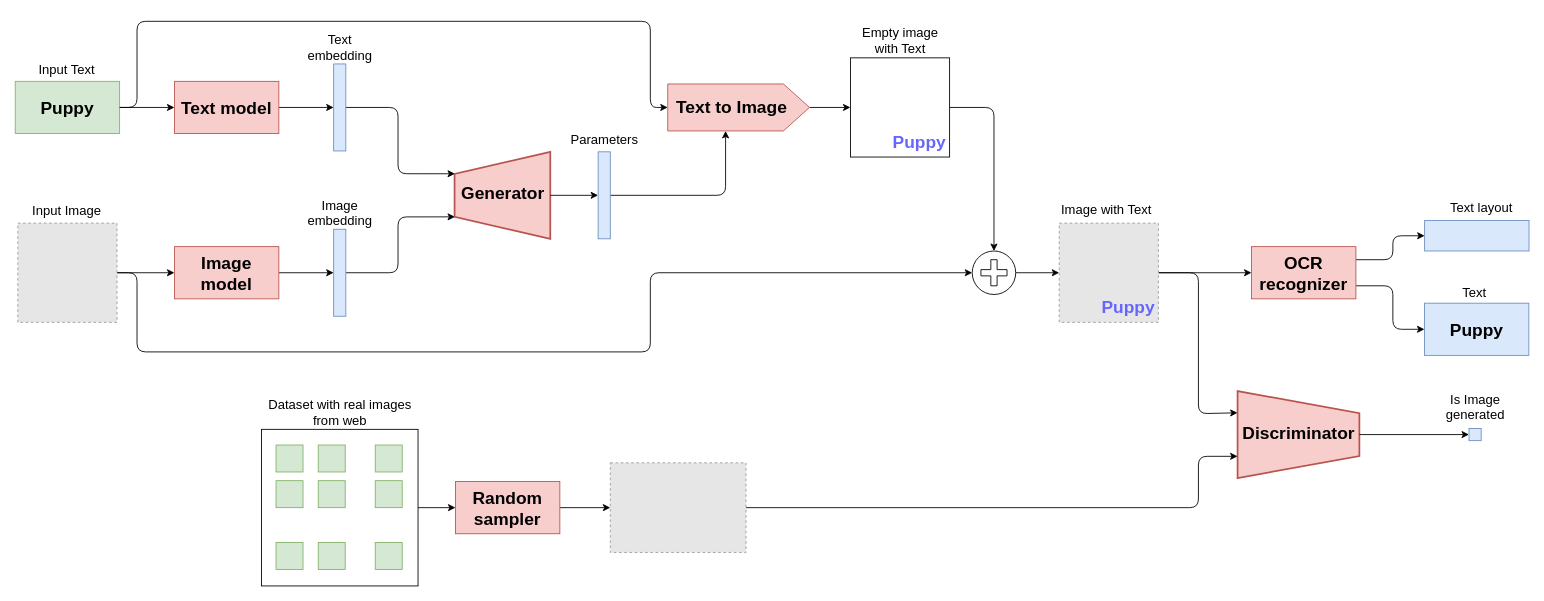
Above: docs/architecture.drawio in GrigoryBartosh/hse07_dl_ocr (draw.io), before the change. Source tidied: cells renumbered, new cells numbered last; positions are measured from the earlier drawing's top-left corner, leaving out a move shared by most shapes. Both pictures are drawn from the tidied source at 87%, with x=0, y=0 at pixel (15, 21). Pictures stored in the file or linked from it are replaced by grey dashed boxes.
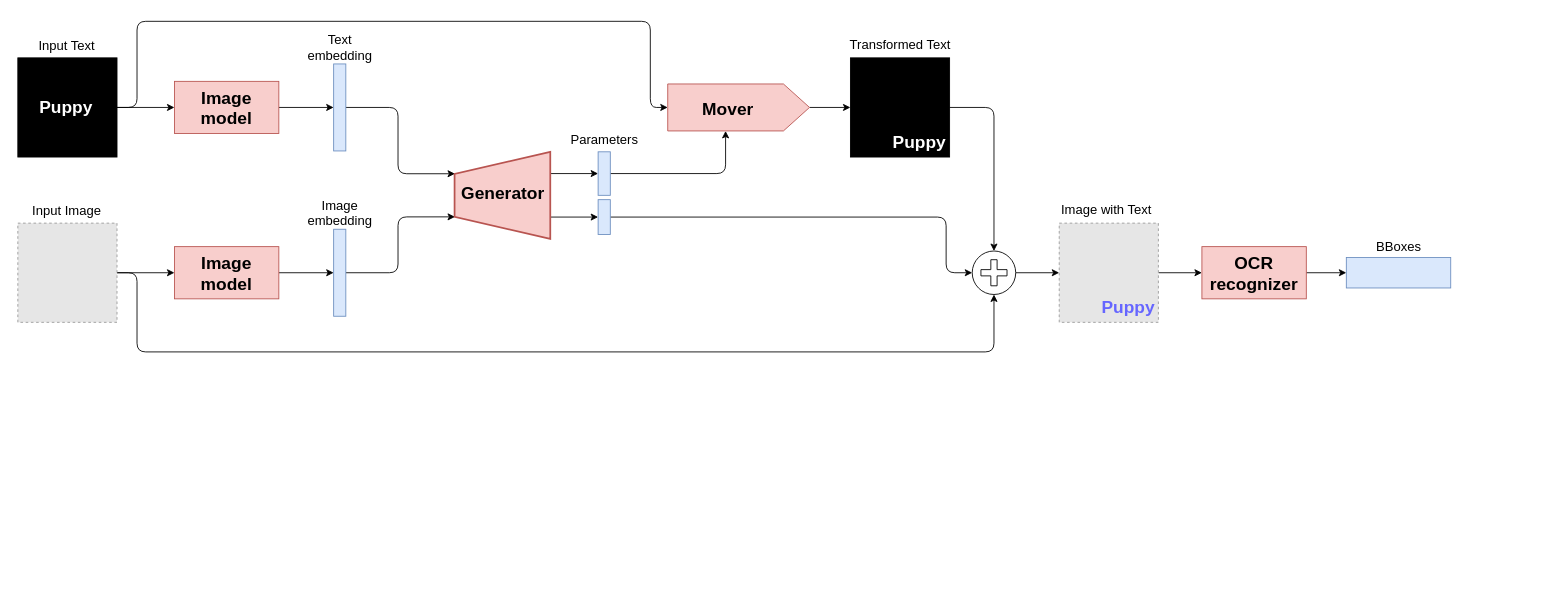
The same diagram, later.

Unchanged cells that the change refers to:
```xml
<mxCell id="6" style="fillColor=#E6E6E6;strokeColor=#999999;dashed=1;verticalLabelPosition=bottom;labelBackgroundColor=#ffffff;verticalAlign=top;" parent="1" vertex="1">
  <mxGeometry x="3" y="232" width="114" height="114" as="geometry" />
</mxCell>
<mxCell id="15" style="verticalLabelPosition=bottom;verticalAlign=top;html=1;strokeWidth=2;shape=trapezoid;perimeter=trapezoidPerimeter;whiteSpace=wrap;size=0.25333333333333335;arcSize=10;flipV=1;rotation=90;fillColor=#f8cecc;strokeColor=#b85450;" parent="1" vertex="1">
  <mxGeometry x="510" y="145" width="100" height="110" as="geometry" />
</mxCell>
<mxCell id="25" style="html=1;shadow=0;dashed=0;align=center;verticalAlign=middle;shape=mxgraph.arrows2.arrow;dy=0;dx=30;notch=0;fillColor=#f8cecc;strokeColor=#b85450;" parent="1" vertex="1">
  <mxGeometry x="750" y="72" width="163" height="54" as="geometry" />
</mxCell>
<mxCell id="29" style="fillColor=#E6E6E6;strokeColor=#999999;dashed=1;verticalLabelPosition=bottom;labelBackgroundColor=#ffffff;verticalAlign=top;" parent="1" vertex="1">
  <mxGeometry x="1200" y="232" width="114" height="114" as="geometry" />
</mxCell>
<mxCell id="34" style="shape=mxgraph.bpmn.shape;html=1;verticalLabelPosition=bottom;labelBackgroundColor=#ffffff;verticalAlign=top;align=center;perimeter=ellipsePerimeter;outlineConnect=0;outline=standard;symbol=parallelMultiple;" parent="1" vertex="1">
  <mxGeometry x="1100" y="264" width="50" height="50" as="geometry" />
</mxCell>
```

Diff of the diagram source:
```diff
@@
-    <mxCell id="2" style="edgeStyle=segmentEdgeStyle;jettySize=auto;html=1;exitX=1;exitY=0.5;exitDx=0;exitDy=0;entryX=0;entryY=0.5;entryDx=0;entryDy=0;entryPerimeter=0;" parent="1" edge="1" source="3" target="25">
-      <mxGeometry relative="1" as="geometry">
-        <Array as="points">
-          <mxPoint x="140" y="99" />
-          <mxPoint x="140" />
-          <mxPoint x="730" />
-          <mxPoint x="730" y="99" />
-        </Array>
-      </mxGeometry>
-    </mxCell>
-    <mxCell id="3" value="&lt;b&gt;&lt;font style=&quot;font-size: 20px&quot;&gt;Puppy&lt;/font&gt;&lt;/b&gt;" style="rounded=0;whiteSpace=wrap;html=1;fillColor=#d5e8d4;strokeColor=#82b366;" parent="1" vertex="1">
-      <mxGeometry y="69" width="120" height="60" as="geometry" />
-    </mxCell>
@@
-    <mxCell id="5" style="edgeStyle=segmentEdgeStyle;jettySize=auto;html=1;exitX=1;exitY=0.5;exitDx=0;exitDy=0;entryX=0;entryY=0.5;entryDx=0;entryDy=0;" parent="1" edge="1" source="6" target="34">
+    <mxCell id="5" style="edgeStyle=segmentEdgeStyle;jettySize=auto;html=1;exitX=1;exitY=0.5;exitDx=0;exitDy=0;entryX=0.5;entryY=1;entryDx=0;entryDy=0;" parent="1" edge="1" source="6" target="34">
       <mxGeometry relative="1" as="geometry">
         <Array as="points">
           <mxPoint x="140" y="289" />
           <mxPoint x="140" y="380" />
-          <mxPoint x="730" y="380" />
-          <mxPoint x="730" y="289" />
+          <mxPoint x="1125" y="380" />
         </Array>
       </mxGeometry>
     </mxCell>
@@
-    <mxCell id="8" value="&lt;font style=&quot;font-size: 20px&quot;&gt;&lt;b&gt;Text model&lt;/b&gt;&lt;/font&gt;" style="rounded=0;whiteSpace=wrap;html=1;fillColor=#f8cecc;strokeColor=#b85450;" parent="1" vertex="1">
+    <mxCell id="8" value="&lt;b&gt;&lt;font style=&quot;font-size: 20px&quot;&gt;Image model&lt;/font&gt;&lt;/b&gt;" style="rounded=0;whiteSpace=wrap;html=1;fillColor=#f8cecc;strokeColor=#b85450;" parent="1" vertex="1">
       <mxGeometry x="183" y="69" width="120" height="60" as="geometry" />
     </mxCell>
@@
+    <mxCell id="17" style="edgeStyle=segmentEdgeStyle;jettySize=auto;html=1;exitX=0.25;exitY=0;exitDx=0;exitDy=0;entryX=0;entryY=0.5;entryDx=0;entryDy=0;" parent="1" edge="1" source="15" target="19">
+      <mxGeometry relative="1" as="geometry" />
+    </mxCell>
+    <mxCell id="68" style="edgeStyle=segmentEdgeStyle;jettySize=auto;html=1;exitX=0.75;exitY=0;exitDx=0;exitDy=0;entryX=0;entryY=0.5;entryDx=0;entryDy=0;" parent="1" edge="1" source="15" target="74">
+      <mxGeometry relative="1" as="geometry" />
+    </mxCell>
@@
-    <mxCell id="17" style="edgeStyle=segmentEdgeStyle;jettySize=auto;html=1;exitX=0.5;exitY=0;exitDx=0;exitDy=0;entryX=0;entryY=0.5;entryDx=0;entryDy=0;" parent="1" edge="1" source="15" target="19">
-      <mxGeometry relative="1" as="geometry" />
-    </mxCell>
@@
     <mxCell id="19" style="rounded=0;whiteSpace=wrap;html=1;fillColor=#dae8fc;strokeColor=#6c8ebf;" parent="1" vertex="1">
-      <mxGeometry x="670" y="150" width="14" height="100" as="geometry" />
+      <mxGeometry x="670" y="150" width="14" height="50" as="geometry" />
     </mxCell>
@@
-    <mxCell id="23" style="edgeStyle=segmentEdgeStyle;html=1;exitX=1;exitY=0.5;exitDx=0;exitDy=0;entryX=0;entryY=0.5;entryDx=0;entryDy=0;" parent="1" edge="1" source="3" target="8">
-      <mxGeometry relative="1" as="geometry" />
-    </mxCell>
@@
-    <mxCell id="26" value="&lt;b&gt;&lt;font style=&quot;font-size: 20px&quot;&gt;Text to Image&lt;/font&gt;&lt;/b&gt;" style="text;html=1;align=left;verticalAlign=top;spacingTop=-4;" parent="1" vertex="1">
-      <mxGeometry x="757.5" y="84" width="140" height="20" as="geometry" />
+    <mxCell id="26" value="&lt;b&gt;&lt;font style=&quot;font-size: 20px&quot;&gt;Mover&lt;/font&gt;&lt;/b&gt;" style="text;html=1;align=left;verticalAlign=top;spacingTop=-4;" parent="1" vertex="1">
+      <mxGeometry x="788" y="86" width="70" height="20" as="geometry" />
     </mxCell>
-    <mxCell id="27" style="edgeStyle=segmentEdgeStyle;jettySize=auto;html=1;exitX=1;exitY=0.5;exitDx=0;exitDy=0;entryX=0.75;entryY=0;entryDx=0;entryDy=0;" parent="1" edge="1" source="29" target="36">
-      <mxGeometry relative="1" as="geometry">
-        <Array as="points">
-          <mxPoint x="1360" y="289" />
-          <mxPoint x="1360" y="451" />
-        </Array>
-      </mxGeometry>
-    </mxCell>
@@
-    <mxCell id="31" style="rounded=0;whiteSpace=wrap;html=1;" parent="1" vertex="1">
+    <mxCell id="31" style="rounded=0;whiteSpace=wrap;html=1;fillColor=#000000;" parent="1" vertex="1">
       <mxGeometry x="960" y="42" width="114" height="114" as="geometry" />
     </mxCell>
-    <mxCell id="32" value="&lt;font size=&quot;1&quot; color=&quot;#6666ff&quot;&gt;&lt;b style=&quot;font-size: 20px&quot;&gt;Puppy&lt;/b&gt;&lt;/font&gt;" style="text;html=1;align=left;verticalAlign=top;spacingTop=-4;" parent="1" vertex="1">
+    <mxCell id="32" value="&lt;font size=&quot;1&quot; color=&quot;#ffffff&quot;&gt;&lt;b style=&quot;font-size: 20px&quot;&gt;Puppy&lt;/b&gt;&lt;/font&gt;" style="text;html=1;align=left;verticalAlign=top;spacingTop=-4;" parent="1" vertex="1">
       <mxGeometry x="1007" y="124" width="80" height="20" as="geometry" />
     </mxCell>
@@
-    <mxCell id="36" style="verticalLabelPosition=bottom;verticalAlign=top;html=1;strokeWidth=2;shape=trapezoid;perimeter=trapezoidPerimeter;whiteSpace=wrap;size=0.25333333333333335;arcSize=10;flipV=1;rotation=-90;fillColor=#f8cecc;strokeColor=#b85450;" parent="1" vertex="1">
-      <mxGeometry x="1425" y="405" width="100" height="140" as="geometry" />
-    </mxCell>
-    <mxCell id="37" value="&lt;font style=&quot;font-size: 20px&quot;&gt;&lt;b&gt;Discriminator&lt;/b&gt;&lt;/font&gt;" style="text;html=1;align=left;verticalAlign=top;spacingTop=-4;" parent="1" vertex="1">
-      <mxGeometry x="1409" y="459" width="140" height="20" as="geometry" />
-    </mxCell>
-    <mxCell id="38" value="&lt;span style=&quot;font-size: 15px&quot;&gt;Empty image&lt;br&gt;with Text&lt;br&gt;&lt;/span&gt;" style="text;html=1;align=center;verticalAlign=top;spacingTop=-4;" parent="1" vertex="1">
-      <mxGeometry x="967" y="2" width="100" height="30" as="geometry" />
+    <mxCell id="38" value="&lt;span style=&quot;font-size: 15px&quot;&gt;Transformed Text&lt;br&gt;&lt;/span&gt;" style="text;html=1;align=center;verticalAlign=top;spacingTop=-4;" parent="1" vertex="1">
+      <mxGeometry x="952" y="15" width="130" height="20" as="geometry" />
     </mxCell>
@@
-    <mxCell id="40" style="edgeStyle=segmentEdgeStyle;jettySize=auto;html=1;exitX=1;exitY=0.5;exitDx=0;exitDy=0;entryX=0;entryY=0.5;entryDx=0;entryDy=0;" parent="1" edge="1" source="41" target="45">
-      <mxGeometry relative="1" as="geometry" />
-    </mxCell>
-    <mxCell id="41" style="whiteSpace=wrap;html=1;" parent="1" vertex="1">
-      <mxGeometry x="283" y="469" width="180" height="180" as="geometry" />
-    </mxCell>
-    <mxCell id="42" style="edgeStyle=segmentEdgeStyle;jettySize=auto;html=1;exitX=1;exitY=0.5;exitDx=0;exitDy=0;entryX=0.25;entryY=0;entryDx=0;entryDy=0;" parent="1" edge="1" source="43" target="36">
-      <mxGeometry relative="1" as="geometry">
-        <Array as="points">
-          <mxPoint x="1360" y="559" />
-          <mxPoint x="1360" y="500" />
-        </Array>
-      </mxGeometry>
-    </mxCell>
-    <mxCell id="43" style="fillColor=#E6E6E6;strokeColor=#999999;dashed=1;verticalLabelPosition=bottom;labelBackgroundColor=#ffffff;verticalAlign=top;" parent="1" vertex="1">
-      <mxGeometry x="684" y="507.5" width="156" height="103" as="geometry" />
-    </mxCell>
-    <mxCell id="44" style="edgeStyle=segmentEdgeStyle;jettySize=auto;html=1;exitX=1;exitY=0.5;exitDx=0;exitDy=0;entryX=0;entryY=0.5;entryDx=0;entryDy=0;" parent="1" edge="1" source="45" target="43">
-      <mxGeometry relative="1" as="geometry" />
-    </mxCell>
-    <mxCell id="45" value="&lt;font style=&quot;font-size: 20px&quot;&gt;&lt;b&gt;Random&lt;br&gt;sampler&lt;br&gt;&lt;/b&gt;&lt;/font&gt;" style="rounded=0;whiteSpace=wrap;html=1;fillColor=#f8cecc;strokeColor=#b85450;" parent="1" vertex="1">
-      <mxGeometry x="506" y="529" width="120" height="60" as="geometry" />
-    </mxCell>
-    <mxCell id="46" style="whiteSpace=wrap;html=1;fillColor=#d5e8d4;strokeColor=#82b366;" parent="1" vertex="1">
-      <mxGeometry x="348.3" y="487" width="31" height="31" as="geometry" />
-    </mxCell>
-    <mxCell id="47" style="whiteSpace=wrap;html=1;fillColor=#d5e8d4;strokeColor=#82b366;" parent="1" vertex="1">
-      <mxGeometry x="299.8" y="487" width="31" height="31" as="geometry" />
-    </mxCell>
-    <mxCell id="48" style="whiteSpace=wrap;html=1;fillColor=#d5e8d4;strokeColor=#82b366;" parent="1" vertex="1">
-      <mxGeometry x="413.8" y="487" width="31" height="31" as="geometry" />
-    </mxCell>
-    <mxCell id="49" style="whiteSpace=wrap;html=1;fillColor=#d5e8d4;strokeColor=#82b366;" parent="1" vertex="1">
-      <mxGeometry x="348.3" y="528" width="31" height="31" as="geometry" />
-    </mxCell>
-    <mxCell id="50" style="whiteSpace=wrap;html=1;fillColor=#d5e8d4;strokeColor=#82b366;" parent="1" vertex="1">
-      <mxGeometry x="299.8" y="528" width="31" height="31" as="geometry" />
-    </mxCell>
-    <mxCell id="51" style="whiteSpace=wrap;html=1;fillColor=#d5e8d4;strokeColor=#82b366;" parent="1" vertex="1">
-      <mxGeometry x="413.8" y="528" width="31" height="31" as="geometry" />
-    </mxCell>
-    <mxCell id="52" style="whiteSpace=wrap;html=1;fillColor=#d5e8d4;strokeColor=#82b366;" parent="1" vertex="1">
-      <mxGeometry x="348.3" y="599" width="31" height="31" as="geometry" />
-    </mxCell>
-    <mxCell id="53" style="whiteSpace=wrap;html=1;fillColor=#d5e8d4;strokeColor=#82b366;" parent="1" vertex="1">
-      <mxGeometry x="299.8" y="599" width="31" height="31" as="geometry" />
-    </mxCell>
-    <mxCell id="54" style="whiteSpace=wrap;html=1;fillColor=#d5e8d4;strokeColor=#82b366;" parent="1" vertex="1">
-      <mxGeometry x="413.8" y="599" width="31" height="31" as="geometry" />
-    </mxCell>
-    <mxCell id="55" style="edgeStyle=segmentEdgeStyle;jettySize=auto;html=1;exitX=0.5;exitY=1;exitDx=0;exitDy=0;entryX=0;entryY=0.5;entryDx=0;entryDy=0;" parent="1" edge="1" source="36" target="56">
-      <mxGeometry relative="1" as="geometry" />
-    </mxCell>
-    <mxCell id="56" style="rounded=0;whiteSpace=wrap;html=1;fillColor=#dae8fc;strokeColor=#6c8ebf;" parent="1" vertex="1">
-      <mxGeometry x="1671" y="468" width="14" height="14" as="geometry" />
-    </mxCell>
-    <mxCell id="57" value="&lt;span style=&quot;font-size: 15px&quot;&gt;Dataset with real images&lt;br&gt;from web&lt;br&gt;&lt;/span&gt;" style="text;html=1;align=center;verticalAlign=top;spacingTop=-4;" parent="1" vertex="1">
-      <mxGeometry x="283" y="429" width="180" height="30" as="geometry" />
-    </mxCell>
-    <mxCell id="58" value="&lt;span style=&quot;font-size: 15px&quot;&gt;Is Image&lt;br&gt;generated&lt;br&gt;&lt;/span&gt;" style="text;html=1;align=center;verticalAlign=top;spacingTop=-4;" parent="1" vertex="1">
-      <mxGeometry x="1638" y="423" width="80" height="30" as="geometry" />
-    </mxCell>
-    <mxCell id="59" style="edgeStyle=segmentEdgeStyle;jettySize=auto;html=1;exitX=1;exitY=0.25;exitDx=0;exitDy=0;entryX=0;entryY=0.5;entryDx=0;entryDy=0;" parent="1" edge="1" source="61" target="63">
-      <mxGeometry relative="1" as="geometry">
-        <Array as="points">
-          <mxPoint x="1583.5" y="274" />
-          <mxPoint x="1583.5" y="246" />
-        </Array>
-      </mxGeometry>
+    <mxCell id="59" style="edgeStyle=segmentEdgeStyle;jettySize=auto;html=1;exitX=1;exitY=0.5;exitDx=0;exitDy=0;entryX=0;entryY=0.5;entryDx=0;entryDy=0;" parent="1" edge="1" source="61" target="63">
+      <mxGeometry relative="1" as="geometry" />
     </mxCell>
-    <mxCell id="60" style="edgeStyle=segmentEdgeStyle;jettySize=auto;html=1;exitX=1;exitY=0.75;exitDx=0;exitDy=0;entryX=0;entryY=0.5;entryDx=0;entryDy=0;" parent="1" edge="1" source="61" target="62">
-      <mxGeometry relative="1" as="geometry">
-        <Array as="points">
-          <mxPoint x="1583.5" y="304" />
-          <mxPoint x="1583.5" y="354" />
-        </Array>
-      </mxGeometry>
-    </mxCell>
     <mxCell id="61" value="&lt;font style=&quot;font-size: 20px&quot;&gt;&lt;b&gt;OCR&lt;br&gt;recognizer&lt;br&gt;&lt;/b&gt;&lt;/font&gt;" style="rounded=0;whiteSpace=wrap;html=1;fillColor=#f8cecc;strokeColor=#b85450;" parent="1" vertex="1">
-      <mxGeometry x="1421" y="259" width="120" height="60" as="geometry" />
+      <mxGeometry x="1364" y="259" width="120" height="60" as="geometry" />
     </mxCell>
-    <mxCell id="62" value="&lt;b&gt;&lt;font style=&quot;font-size: 20px&quot;&gt;Puppy&lt;/font&gt;&lt;/b&gt;" style="rounded=0;whiteSpace=wrap;html=1;fillColor=#dae8fc;strokeColor=#6c8ebf;" parent="1" vertex="1">
-      <mxGeometry x="1619.8" y="324" width="120" height="60" as="geometry" />
-    </mxCell>
     <mxCell id="63" style="rounded=0;whiteSpace=wrap;html=1;fillColor=#dae8fc;strokeColor=#6c8ebf;" parent="1" vertex="1">
-      <mxGeometry x="1620" y="229" width="120" height="35" as="geometry" />
+      <mxGeometry x="1530" y="271.5" width="120" height="35" as="geometry" />
     </mxCell>
-    <mxCell id="64" value="&lt;span style=&quot;font-size: 15px&quot;&gt;Text layout&lt;/span&gt;" style="text;html=1;align=center;verticalAlign=top;spacingTop=-4;" parent="1" vertex="1">
-      <mxGeometry x="1640" y="203" width="90" height="20" as="geometry" />
+    <mxCell id="64" value="&lt;span style=&quot;font-size: 15px&quot;&gt;BBoxes&lt;/span&gt;" style="text;html=1;align=center;verticalAlign=top;spacingTop=-4;" parent="1" vertex="1">
+      <mxGeometry x="1555" y="247" width="70" height="20" as="geometry" />
     </mxCell>
-    <mxCell id="65" value="&lt;span style=&quot;font-size: 15px&quot;&gt;Text&lt;/span&gt;" style="text;html=1;align=center;verticalAlign=top;spacingTop=-4;" parent="1" vertex="1">
-      <mxGeometry x="1657" y="300" width="40" height="20" as="geometry" />
-    </mxCell>
     <mxCell id="66" value="&lt;span style=&quot;font-size: 15px&quot;&gt;Input Text&lt;/span&gt;" style="text;html=1;align=center;verticalAlign=top;spacingTop=-4;" parent="1" vertex="1">
-      <mxGeometry x="19" y="44" width="80" height="20" as="geometry" />
+      <mxGeometry x="19" y="17" width="80" height="20" as="geometry" />
     </mxCell>
@@
+    <mxCell id="69" style="edgeStyle=segmentEdgeStyle;jettySize=auto;html=1;exitX=1;exitY=0.5;exitDx=0;exitDy=0;entryX=0;entryY=0.5;entryDx=0;entryDy=0;" parent="1" edge="1" source="71" target="8">
+      <mxGeometry relative="1" as="geometry" />
+    </mxCell>
+    <mxCell id="70" style="edgeStyle=segmentEdgeStyle;jettySize=auto;html=1;exitX=1;exitY=0.5;exitDx=0;exitDy=0;entryX=0;entryY=0.5;entryDx=0;entryDy=0;entryPerimeter=0;" parent="1" edge="1" source="71" target="25">
+      <mxGeometry relative="1" as="geometry">
+        <Array as="points">
+          <mxPoint x="140" y="99" />
+          <mxPoint x="140" />
+          <mxPoint x="730" />
+          <mxPoint x="730" y="99" />
+        </Array>
+      </mxGeometry>
+    </mxCell>
+    <mxCell id="71" style="rounded=0;whiteSpace=wrap;html=1;fillColor=#000000;" parent="1" vertex="1">
+      <mxGeometry x="3" y="42" width="114" height="114" as="geometry" />
+    </mxCell>
+    <mxCell id="72" value="&lt;font size=&quot;1&quot; color=&quot;#ffffff&quot;&gt;&lt;b style=&quot;font-size: 20px&quot;&gt;Puppy&lt;/b&gt;&lt;/font&gt;" style="text;html=1;align=left;verticalAlign=top;spacingTop=-4;" parent="1" vertex="1">
+      <mxGeometry x="26" y="84" width="80" height="20" as="geometry" />
+    </mxCell>
+    <mxCell id="73" style="edgeStyle=segmentEdgeStyle;jettySize=auto;html=1;exitX=1;exitY=0.5;exitDx=0;exitDy=0;entryX=0;entryY=0.5;entryDx=0;entryDy=0;" parent="1" edge="1" source="74" target="34">
+      <mxGeometry relative="1" as="geometry">
+        <Array as="points">
+          <mxPoint x="1070" y="225" />
+          <mxPoint x="1070" y="289" />
+        </Array>
+      </mxGeometry>
+    </mxCell>
+    <mxCell id="74" style="rounded=0;whiteSpace=wrap;html=1;fillColor=#dae8fc;strokeColor=#6c8ebf;" parent="1" vertex="1">
+      <mxGeometry x="670" y="205" width="14" height="40" as="geometry" />
+    </mxCell>
```
